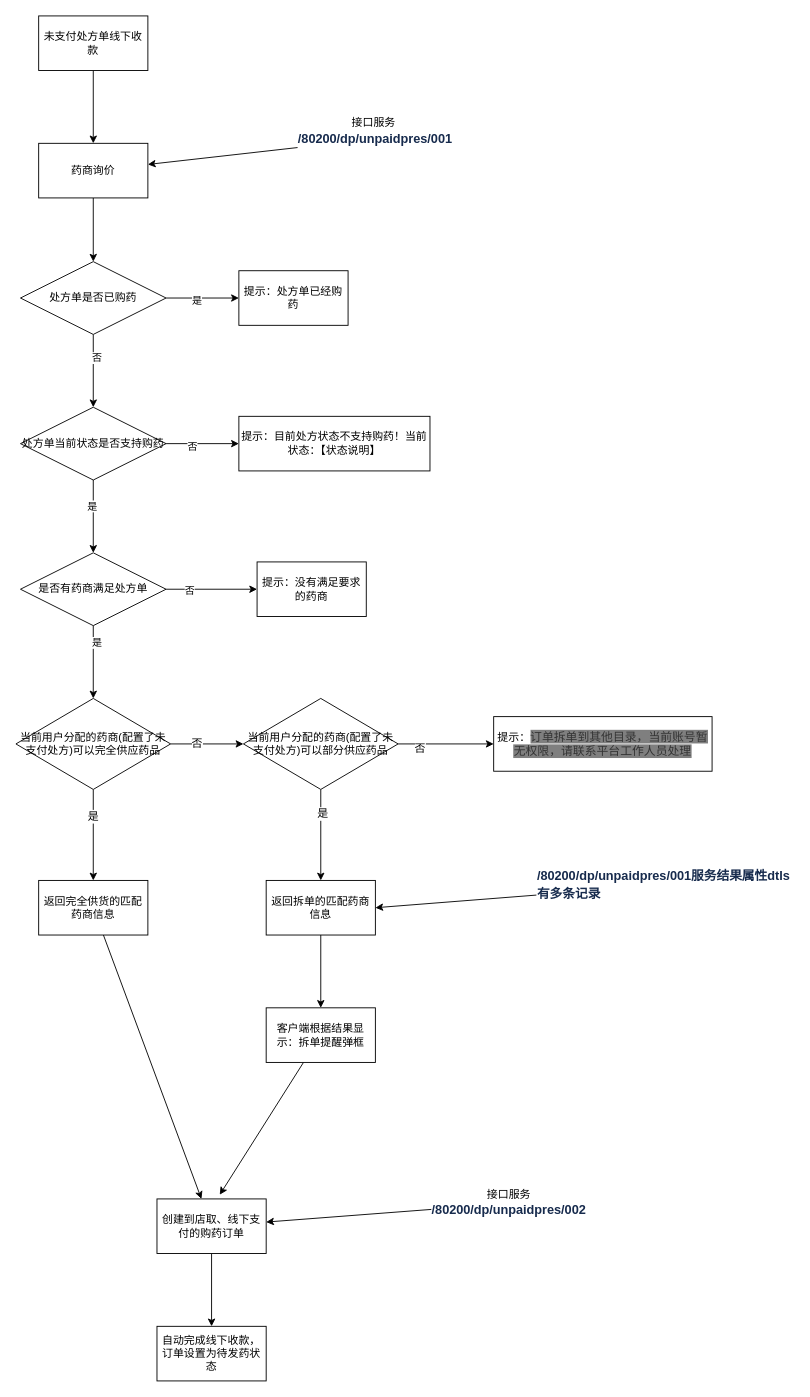
Above: 未支付处方单线下收款.dio in denglt/diagrams (draw.io), before the change. Source tidied: cells renumbered, new cells numbered last; positions are measured from the earlier drawing's top-left corner, leaving out a move shared by most shapes. Both pictures are drawn from the tidied source at 91%, with x=0, y=0 at pixel (15, 15).
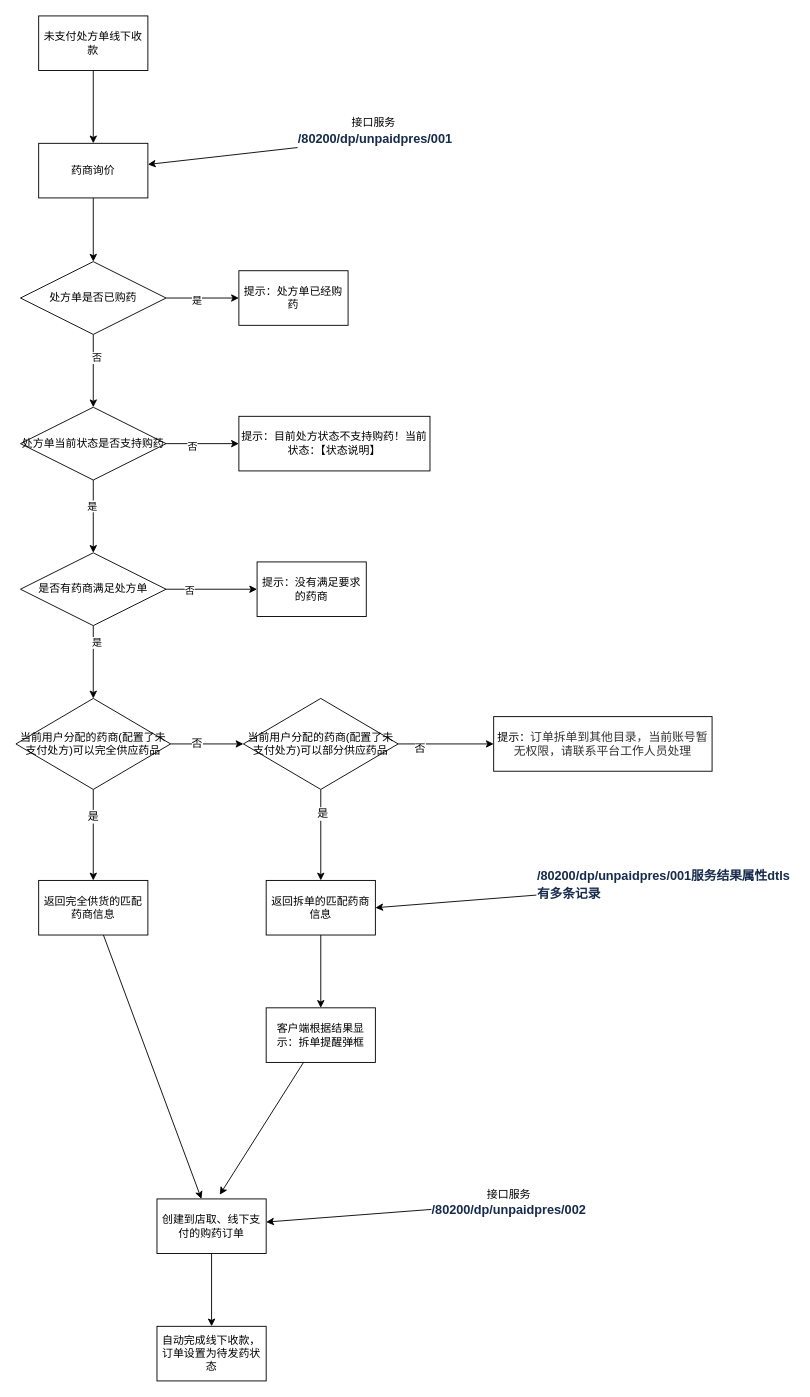
After the change.

Commit message:
Update 未支付处方单线下收款.dio

Change to the diagram source:
```diff
@@
-    <mxCell id="36" value="提示：&lt;span style=&quot;color: rgb(51 , 51 , 51) ; font-family: , &amp;#34;pingfang sc&amp;#34; , sans-serif ; font-size: 13px ; background-color: rgb(127 , 127 , 127)&quot;&gt;订单拆单到其他目录，当前账号暂无权限，请联系平台工作人员处理&lt;/span&gt;" style="whiteSpace=wrap;html=1;rounded=0;" parent="1" vertex="1">
+    <mxCell id="36" value="&lt;span style=&quot;background-color: rgb(255 , 255 , 255)&quot;&gt;提示：&lt;span style=&quot;color: rgb(51 , 51 , 51) ; font-size: 13px&quot;&gt;订单拆单到其他目录，当前账号暂无权限，请联系平台工作人员&lt;/span&gt;&lt;span style=&quot;color: rgb(51 , 51 , 51) ; font-size: 13px&quot;&gt;处理&lt;/span&gt;&lt;/span&gt;" style="whiteSpace=wrap;html=1;rounded=0;" parent="1" vertex="1">
       <mxGeometry x="525" y="770" width="240" height="60" as="geometry" />
     </mxCell>
```
